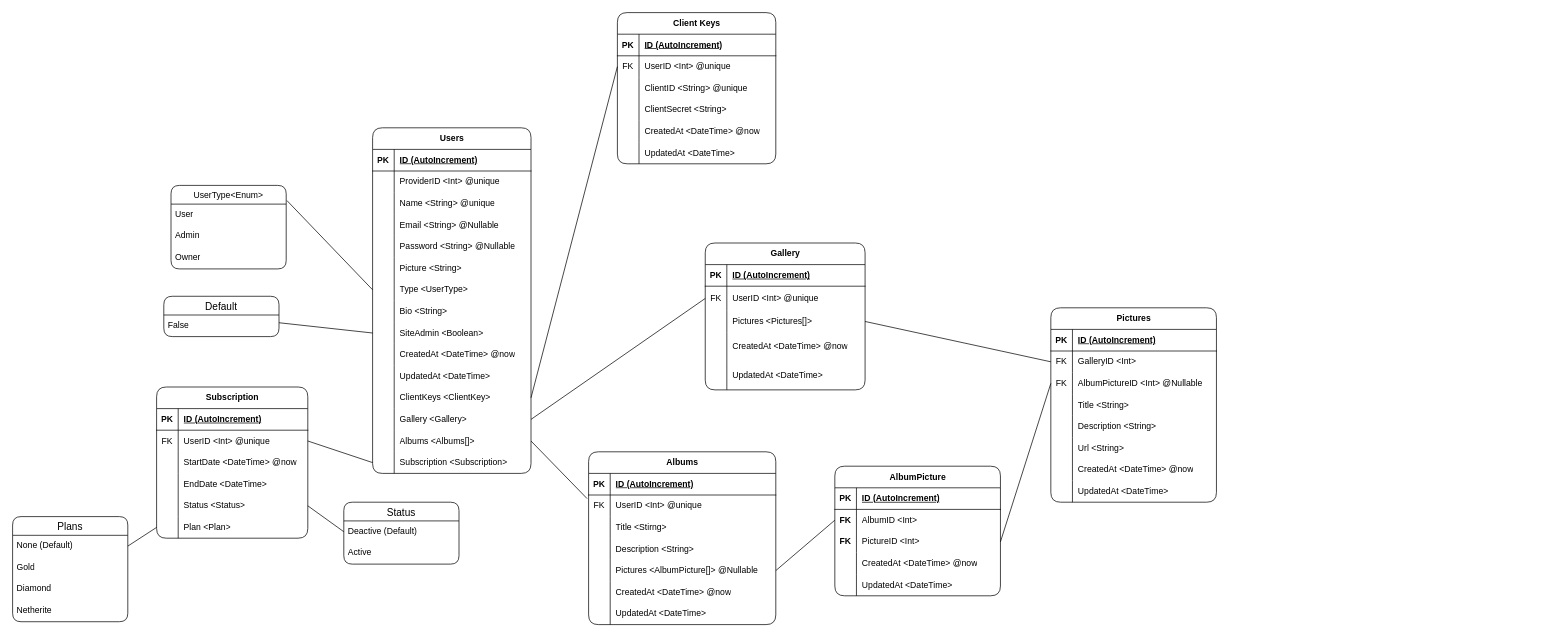
The draw.io diagram project/models/Pixelarium.drawio in Novanaa/Pixelarium, before the edit. Source tidied: cells renumbered, new cells numbered last; positions are measured from the earlier drawing's top-left corner, leaving out a move shared by most shapes. Both pictures are drawn from the tidied source at 72%, with x=0, y=0 at pixel (12, 12).
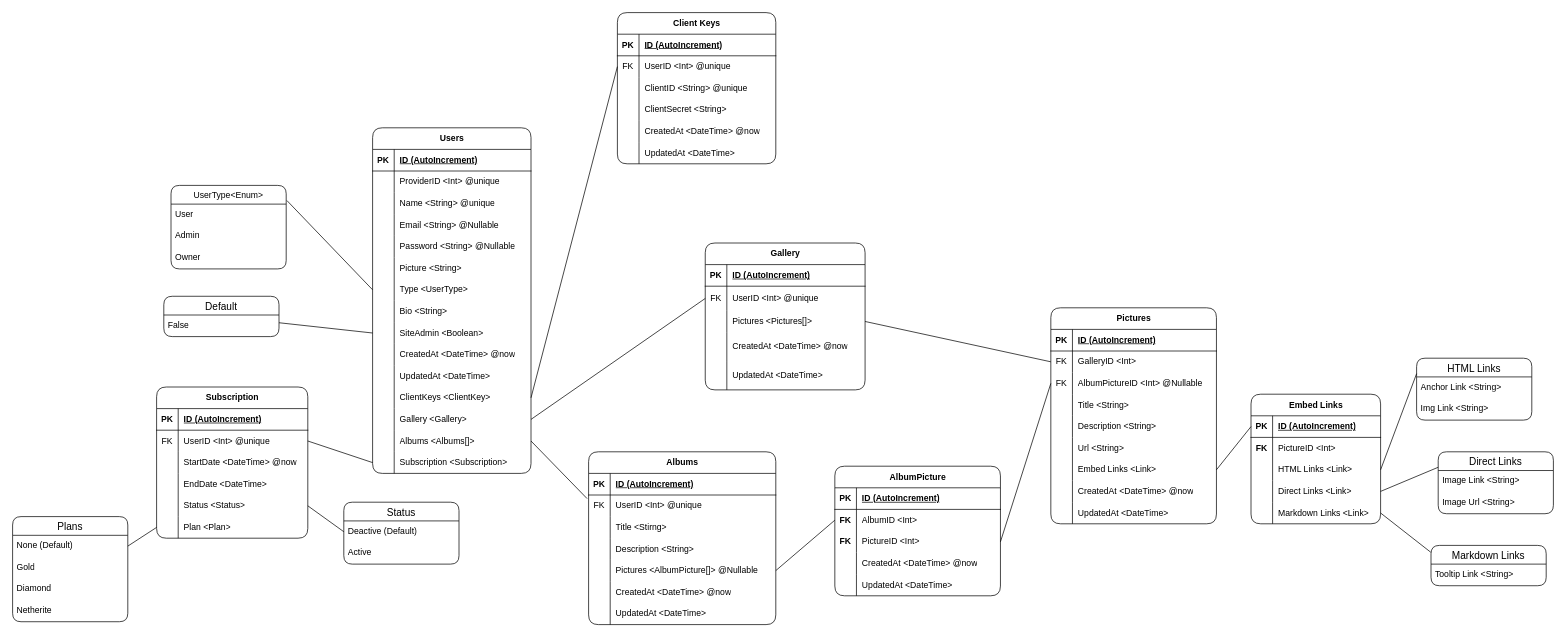
The same diagram, later.

Commit message (it also covers changes not shown here):
Added Embed Links Model

Diff of the diagram source:
```diff
@@
     <mxCell id="93" value="Pictures" style="shape=table;startSize=30;childLayout=tableLayout;rowLines=0;fontStyle=1;align=center;html=1;rounded=1;" parent="1" vertex="1">
-      <mxGeometry x="1442" y="410" width="230" height="270" as="geometry" />
+      <mxGeometry x="1442" y="410" width="230" height="300" as="geometry" />
     </mxCell>
@@
+    <mxCell id="190" style="shape=tableRow;horizontal=0;startSize=0;swimlaneHead=0;swimlaneBody=0;fillColor=none;points=[[0,0.5],[1,0.5]];portConstraint=eastwest;top=0;left=0;right=0;bottom=0;" parent="93" vertex="1">
+      <mxGeometry y="210" width="230" height="30" as="geometry" />
+    </mxCell>
+    <mxCell id="191" style="shape=partialRectangle;fillColor=none;top=0;left=0;bottom=0;right=0;overflow=hidden;whiteSpace=wrap;html=1;" parent="190" vertex="1">
+      <mxGeometry width="30" height="30" as="geometry" />
+    </mxCell>
+    <mxCell id="192" value="Embed Links &amp;lt;Link&amp;gt;" style="shape=partialRectangle;fillColor=none;top=0;left=0;bottom=0;right=0;align=left;spacingLeft=6;overflow=hidden;whiteSpace=wrap;html=1;" parent="190" vertex="1">
+      <mxGeometry x="30" width="200" height="30" as="geometry" />
+    </mxCell>
     <mxCell id="112" style="shape=tableRow;horizontal=0;startSize=0;swimlaneHead=0;swimlaneBody=0;fillColor=none;top=0;left=0;right=0;bottom=0;" parent="93" vertex="1">
-      <mxGeometry y="210" width="230" height="30" as="geometry" />
+      <mxGeometry y="240" width="230" height="30" as="geometry" />
     </mxCell>
@@
     <mxCell id="115" style="shape=tableRow;horizontal=0;startSize=0;swimlaneHead=0;swimlaneBody=0;fillColor=none;top=0;left=0;right=0;bottom=0;" parent="93" vertex="1">
-      <mxGeometry y="240" width="230" height="30" as="geometry" />
+      <mxGeometry y="270" width="230" height="30" as="geometry" />
     </mxCell>
@@
+    <mxCell id="193" style="endArrow=none;html=1;rounded=0;exitX=1;exitY=0.5;exitDx=0;exitDy=0;entryX=0;entryY=0.5;entryDx=0;entryDy=0;" parent="1" edge="1" source="190" target="195">
+      <mxGeometry relative="1" as="geometry" />
+    </mxCell>
+    <mxCell id="194" value="Embed Links" style="shape=table;startSize=30;childLayout=tableLayout;rowLines=0;fontStyle=1;align=center;html=1;rounded=1;" parent="1" vertex="1">
+      <mxGeometry x="1720" y="530" width="180" height="180" as="geometry" />
+    </mxCell>
+    <mxCell id="195" style="shape=tableRow;horizontal=0;startSize=0;swimlaneHead=0;swimlaneBody=0;fillColor=none;points=[[0,0.5],[1,0.5]];portConstraint=eastwest;top=0;left=0;right=0;bottom=1;" parent="194" vertex="1">
+      <mxGeometry y="30" width="180" height="30" as="geometry" />
+    </mxCell>
+    <mxCell id="196" value="PK" style="shape=partialRectangle;fillColor=none;top=0;left=0;bottom=0;right=0;fontStyle=1;overflow=hidden;whiteSpace=wrap;html=1;" parent="195" vertex="1">
+      <mxGeometry width="30" height="30" as="geometry" />
+    </mxCell>
+    <mxCell id="197" value="ID (AutoIncrement)" style="shape=partialRectangle;fillColor=none;top=0;left=0;bottom=0;right=0;align=left;spacingLeft=6;fontStyle=5;overflow=hidden;whiteSpace=wrap;html=1;" parent="195" vertex="1">
+      <mxGeometry x="30" width="150" height="30" as="geometry" />
+    </mxCell>
+    <mxCell id="198" style="shape=tableRow;horizontal=0;startSize=0;swimlaneHead=0;swimlaneBody=0;fillColor=none;top=0;left=0;right=0;bottom=0;" parent="194" vertex="1">
+      <mxGeometry y="60" width="180" height="30" as="geometry" />
+    </mxCell>
+    <mxCell id="199" value="&lt;b&gt;FK&lt;/b&gt;" style="shape=partialRectangle;fillColor=none;top=0;left=0;bottom=0;right=0;overflow=hidden;whiteSpace=wrap;html=1;" parent="198" vertex="1">
+      <mxGeometry width="30" height="30" as="geometry" />
+    </mxCell>
+    <mxCell id="200" value="PictureID &amp;lt;Int&amp;gt;" style="shape=partialRectangle;fillColor=none;top=0;left=0;bottom=0;right=0;align=left;spacingLeft=6;overflow=hidden;whiteSpace=wrap;html=1;" parent="198" vertex="1">
+      <mxGeometry x="30" width="150" height="30" as="geometry" />
+    </mxCell>
+    <mxCell id="201" style="shape=tableRow;horizontal=0;startSize=0;swimlaneHead=0;swimlaneBody=0;fillColor=none;points=[[0,0.5],[1,0.5]];portConstraint=eastwest;top=0;left=0;right=0;bottom=0;" parent="194" vertex="1">
+      <mxGeometry y="90" width="180" height="30" as="geometry" />
+    </mxCell>
+    <mxCell id="202" style="shape=partialRectangle;fillColor=none;top=0;left=0;bottom=0;right=0;overflow=hidden;whiteSpace=wrap;html=1;" parent="201" vertex="1">
+      <mxGeometry width="30" height="30" as="geometry" />
+    </mxCell>
+    <mxCell id="203" value="HTML Links &amp;lt;Link&amp;gt;" style="shape=partialRectangle;fillColor=none;top=0;left=0;bottom=0;right=0;align=left;spacingLeft=6;overflow=hidden;whiteSpace=wrap;html=1;" parent="201" vertex="1">
+      <mxGeometry x="30" width="150" height="30" as="geometry" />
+    </mxCell>
+    <mxCell id="204" style="shape=tableRow;horizontal=0;startSize=0;swimlaneHead=0;swimlaneBody=0;fillColor=none;points=[[0,0.5],[1,0.5]];portConstraint=eastwest;top=0;left=0;right=0;bottom=0;" parent="194" vertex="1">
+      <mxGeometry y="120" width="180" height="30" as="geometry" />
+    </mxCell>
+    <mxCell id="205" style="shape=partialRectangle;fillColor=none;top=0;left=0;bottom=0;right=0;overflow=hidden;whiteSpace=wrap;html=1;" parent="204" vertex="1">
+      <mxGeometry width="30" height="30" as="geometry" />
+    </mxCell>
+    <mxCell id="206" value="Direct Links &amp;lt;Link&amp;gt;" style="shape=partialRectangle;fillColor=none;top=0;left=0;bottom=0;right=0;align=left;spacingLeft=6;overflow=hidden;whiteSpace=wrap;html=1;" parent="204" vertex="1">
+      <mxGeometry x="30" width="150" height="30" as="geometry" />
+    </mxCell>
+    <mxCell id="207" style="shape=tableRow;horizontal=0;startSize=0;swimlaneHead=0;swimlaneBody=0;fillColor=none;points=[[0,0.5],[1,0.5]];portConstraint=eastwest;top=0;left=0;right=0;bottom=0;" parent="194" vertex="1">
+      <mxGeometry y="150" width="180" height="30" as="geometry" />
+    </mxCell>
+    <mxCell id="208" style="shape=partialRectangle;fillColor=none;top=0;left=0;bottom=0;right=0;overflow=hidden;whiteSpace=wrap;html=1;" parent="207" vertex="1">
+      <mxGeometry width="30" height="30" as="geometry" />
+    </mxCell>
+    <mxCell id="209" value="Markdown Links &amp;lt;Link&amp;gt;" style="shape=partialRectangle;fillColor=none;top=0;left=0;bottom=0;right=0;align=left;spacingLeft=6;overflow=hidden;whiteSpace=wrap;html=1;" parent="207" vertex="1">
+      <mxGeometry x="30" width="150" height="30" as="geometry" />
+    </mxCell>
+    <mxCell id="210" value="HTML Links" style="swimlane;fontStyle=0;horizontal=1;startSize=26;align=center;fontSize=14;rounded=1;" parent="1" vertex="1">
+      <mxGeometry x="1950" y="480" width="160" height="86" as="geometry" />
+    </mxCell>
+    <mxCell id="211" value="Anchor Link &amp;lt;String&amp;gt;" style="text;strokeColor=none;fillColor=none;spacingLeft=4;spacingRight=4;overflow=hidden;fontSize=12;whiteSpace=wrap;html=1;" parent="210" vertex="1">
+      <mxGeometry y="26" width="160" height="30" as="geometry" />
+    </mxCell>
+    <mxCell id="212" value="Img Link &amp;lt;String&amp;gt;" style="text;strokeColor=none;fillColor=none;spacingLeft=4;spacingRight=4;overflow=hidden;fontSize=12;whiteSpace=wrap;html=1;" parent="210" vertex="1">
+      <mxGeometry y="56" width="160" height="30" as="geometry" />
+    </mxCell>
+    <mxCell id="213" style="endArrow=none;html=1;rounded=0;exitX=1;exitY=0.5;exitDx=0;exitDy=0;entryX=0;entryY=0.25;entryDx=0;entryDy=0;" parent="1" edge="1" source="201" target="210">
+      <mxGeometry relative="1" as="geometry" />
+    </mxCell>
+    <mxCell id="214" value="Direct Links" style="swimlane;fontStyle=0;horizontal=1;startSize=26;align=center;fontSize=14;rounded=1;" parent="1" vertex="1">
+      <mxGeometry x="1980" y="610" width="160" height="86" as="geometry" />
+    </mxCell>
+    <mxCell id="215" value="Image Link &amp;lt;String&amp;gt;" style="text;strokeColor=none;fillColor=none;spacingLeft=4;spacingRight=4;overflow=hidden;fontSize=12;whiteSpace=wrap;html=1;" parent="214" vertex="1">
+      <mxGeometry y="26" width="160" height="30" as="geometry" />
+    </mxCell>
+    <mxCell id="216" value="Image Url &amp;lt;String&amp;gt;" style="text;strokeColor=none;fillColor=none;spacingLeft=4;spacingRight=4;overflow=hidden;fontSize=12;whiteSpace=wrap;html=1;" parent="214" vertex="1">
+      <mxGeometry y="56" width="160" height="30" as="geometry" />
+    </mxCell>
+    <mxCell id="217" style="endArrow=none;html=1;rounded=0;exitX=1;exitY=0.5;exitDx=0;exitDy=0;entryX=0;entryY=0.25;entryDx=0;entryDy=0;" parent="1" edge="1" source="204" target="214">
+      <mxGeometry relative="1" as="geometry" />
+    </mxCell>
+    <mxCell id="218" value="Markdown Links" style="swimlane;fontStyle=0;horizontal=1;startSize=26;align=center;fontSize=14;rounded=1;" parent="1" vertex="1">
+      <mxGeometry x="1970" y="740" width="160" height="56" as="geometry" />
+    </mxCell>
+    <mxCell id="219" value="Tooltip Link &amp;lt;String&amp;gt;" style="text;strokeColor=none;fillColor=none;spacingLeft=4;spacingRight=4;overflow=hidden;fontSize=12;whiteSpace=wrap;html=1;" parent="218" vertex="1">
+      <mxGeometry y="26" width="160" height="30" as="geometry" />
+    </mxCell>
+    <mxCell id="220" style="endArrow=none;html=1;rounded=0;exitX=1;exitY=0.5;exitDx=0;exitDy=0;entryX=-0.002;entryY=0.17;entryDx=0;entryDy=0;entryPerimeter=0;" parent="1" edge="1" source="207" target="218">
+      <mxGeometry relative="1" as="geometry" />
+    </mxCell>
```
